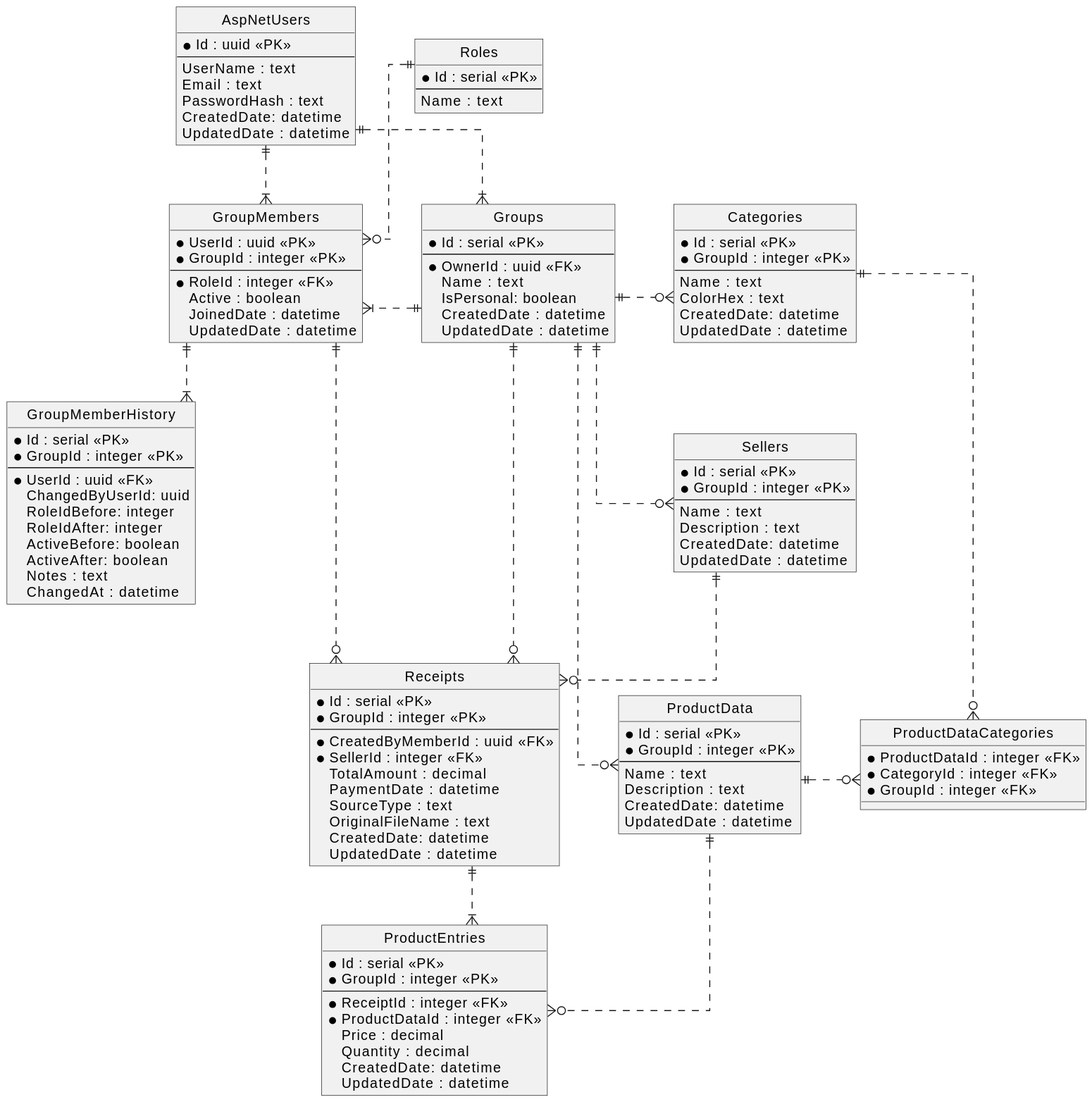
Above: img/FinanceTrackingERD.svg in amiadesu/FinanceTracking (PlantUML), before the change.
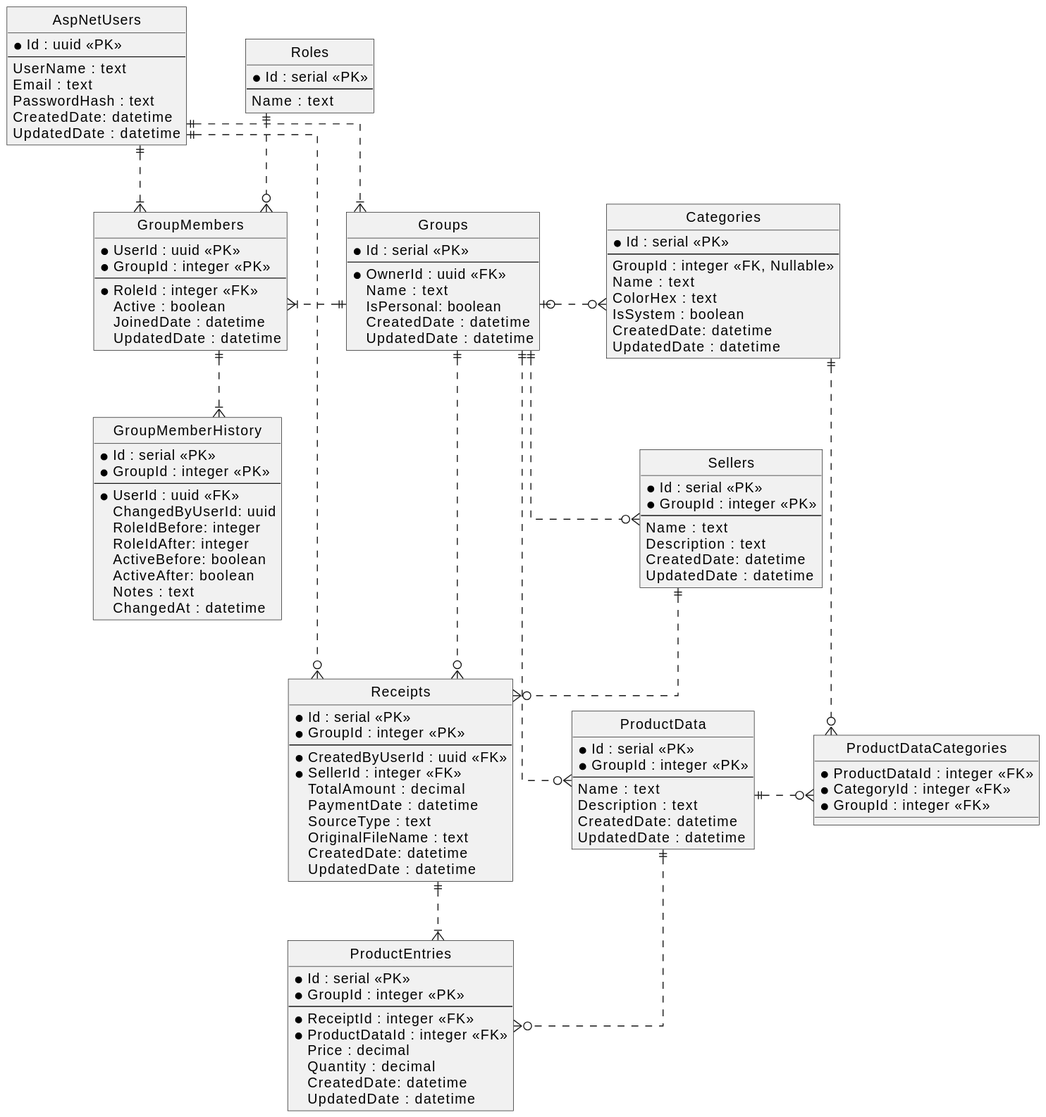
Later version of the same file.

Commit message:
Updated ERD diagram.

Diff of the diagram source:
```diff
@@ -59,10 +59,11 @@
 
 entity "Categories" as Cats {
     *Id : serial <<PK>>
-    *GroupId : integer <<PK>>
     --
+    GroupId : integer <<FK, Nullable>>
     Name : text
     ColorHex : text
+    IsSystem : boolean
     CreatedDate: datetime
     UpdatedDate : datetime
 }
@@ -97,7 +98,7 @@
     *Id : serial <<PK>>
     *GroupId : integer <<PK>>
     --
-    *CreatedByMemberId : uuid <<FK>>
+    *CreatedByUserId : uuid <<FK>>
     *SellerId : integer <<FK>>
     TotalAmount : decimal
     PaymentDate : datetime
@@ -136,7 +137,7 @@
 Groups ||..|{ GrpMem
 GrpMem ||..|{ MemHist
 
-Groups ||..o{ Cats
+Groups |o..o{ Cats
 Groups ||..o{ Sellers
 Groups ||..o{ ProdData
 
@@ -144,7 +145,7 @@
 ProdData ||..o{ DataCats
 
 Groups ||..o{ Receipts
-GrpMem ||..o{ Receipts
+Users ||..o{ Receipts
 Sellers ||..o{ Receipts
 Receipts ||..|{ ProdEntries
 ProdData ||..o{ ProdEntries
```
